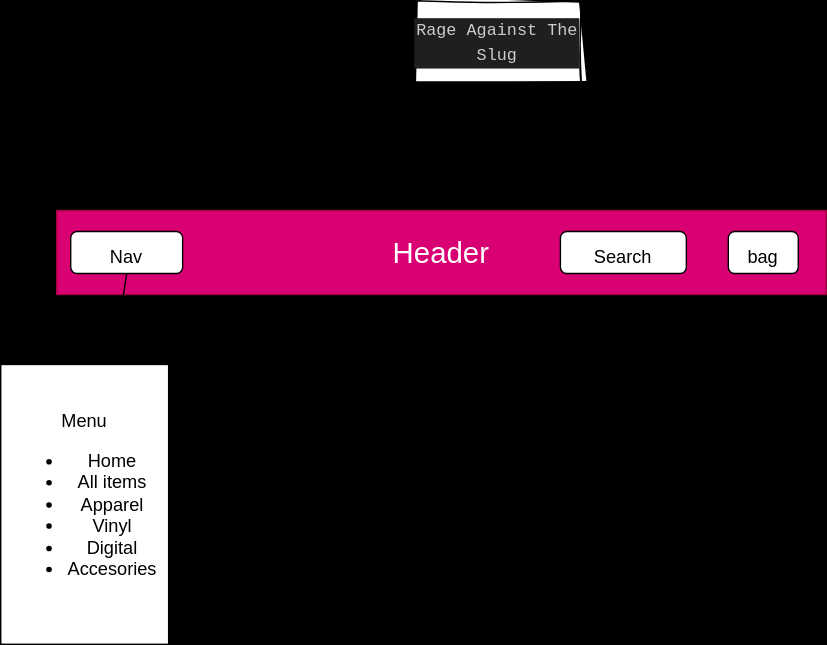
The draw.io diagram src/images/diagram.drawio.svg in Gabe9T/merch-site, before a commit. Source tidied: cells renumbered, new cells last; positions are measured from the earlier drawing's top-left corner, leaving out a move shared by most shapes.
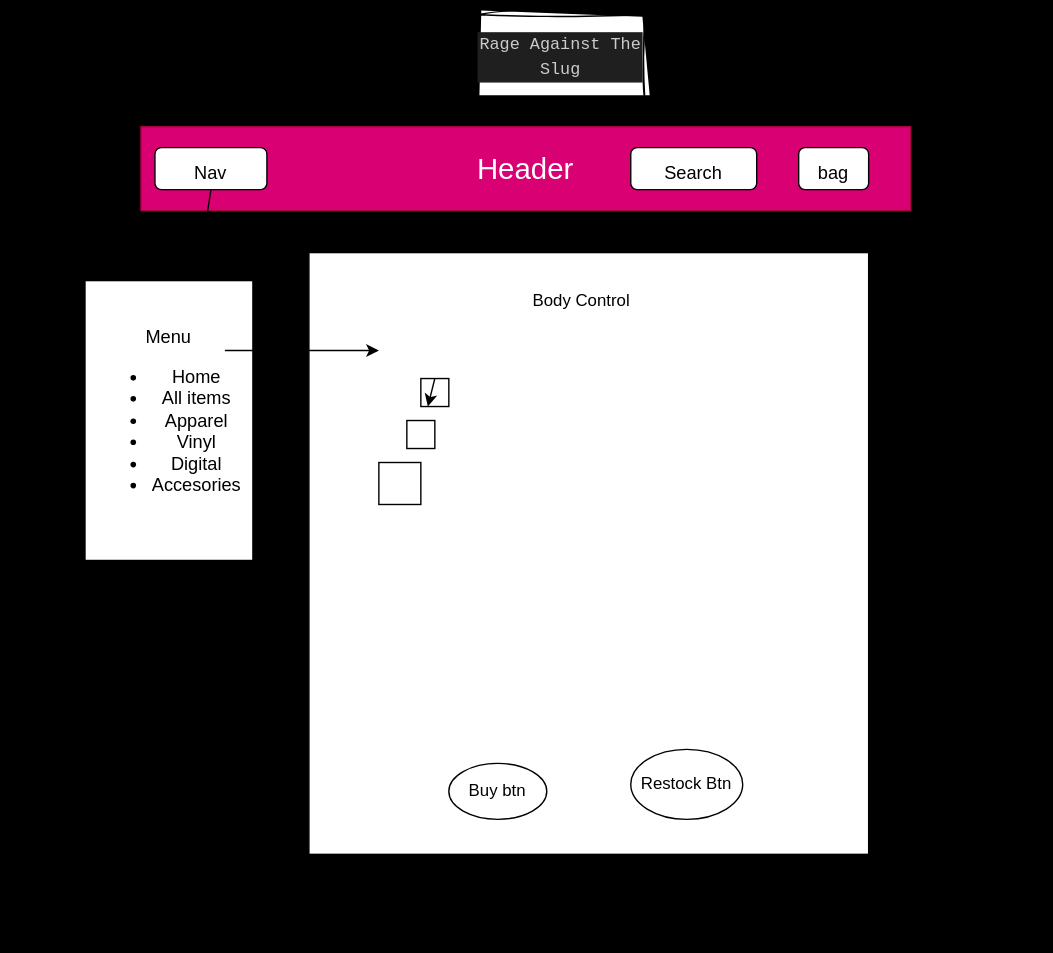
After the change.

Commit message:
refactor to filter items

What changed in the source:
```diff
@@ -5,23 +5,57 @@
     <mxCell id="2" value="&lt;div style=&quot;color: rgb(204, 204, 204); background-color: rgb(31, 31, 31); font-family: Menlo, Monaco, &amp;quot;Courier New&amp;quot;, monospace; font-size: 12px; line-height: 18px;&quot;&gt;Rage Against The Slug&lt;/div&gt;" style="rounded=0;whiteSpace=wrap;html=1;sketch=1;hachureGap=4;jiggle=2;curveFitting=1;fontFamily=Architects Daughter;fontSource=https%3A%2F%2Ffonts.googleapis.com%2Fcss%3Ffamily%3DArchitects%2BDaughter;fontSize=20;" parent="1" vertex="1">
       <mxGeometry x="295" width="120" height="60" as="geometry" />
     </mxCell>
+    <mxCell id="9" style="swimlane;startSize=0;fontSize=13;labelBackgroundColor=none;fontColor=default;" parent="1" vertex="1">
+      <mxGeometry x="-45" y="-10" width="750" height="680" as="geometry" />
+    </mxCell>
-    <mxCell id="3" value="Header" style="rounded=0;whiteSpace=wrap;html=1;fillColor=#d80073;fontColor=#ffffff;strokeColor=#A50040;fontSize=21;" parent="1" vertex="1">
-      <mxGeometry x="40" y="150" width="550" height="60" as="geometry" />
+    <mxCell id="3" value="Header" style="rounded=0;whiteSpace=wrap;html=1;fillColor=#d80073;fontColor=#ffffff;strokeColor=#A50040;fontSize=21;" parent="9" vertex="1">
+      <mxGeometry x="100" y="90" width="550" height="60" as="geometry" />
     </mxCell>
-    <mxCell id="4" value="&lt;font style=&quot;font-size: 13px;&quot;&gt;bag&lt;/font&gt;" style="rounded=1;whiteSpace=wrap;html=1;fontSize=21;" parent="1" vertex="1">
-      <mxGeometry x="520" y="165" width="50" height="30" as="geometry" />
-    </mxCell>
-    <mxCell id="5" value="&lt;span style=&quot;font-size: 13px;&quot;&gt;Search&lt;/span&gt;" style="rounded=1;whiteSpace=wrap;html=1;fontSize=21;" parent="1" vertex="1">
-      <mxGeometry x="400" y="165" width="90" height="30" as="geometry" />
-    </mxCell>
-    <mxCell id="6" value="&lt;span style=&quot;font-size: 13px;&quot;&gt;Nav&lt;/span&gt;" style="rounded=1;whiteSpace=wrap;html=1;fontSize=21;" parent="1" vertex="1">
-      <mxGeometry x="50" y="165" width="80" height="30" as="geometry" />
+    <mxCell id="6" value="&lt;span style=&quot;font-size: 13px;&quot;&gt;Nav&lt;/span&gt;" style="rounded=1;whiteSpace=wrap;html=1;fontSize=21;" parent="9" vertex="1">
+      <mxGeometry x="110" y="105" width="80" height="30" as="geometry" />
     </mxCell>
-    <mxCell id="7" value="Menu&lt;br&gt;&lt;ul&gt;&lt;li&gt;Home&lt;/li&gt;&lt;li&gt;All items&lt;/li&gt;&lt;li&gt;Apparel&lt;/li&gt;&lt;li&gt;Vinyl&lt;/li&gt;&lt;li&gt;Digital&lt;/li&gt;&lt;li&gt;Accesories&lt;/li&gt;&lt;/ul&gt;" style="rounded=0;whiteSpace=wrap;html=1;fontSize=13;" parent="1" vertex="1">
-      <mxGeometry y="260" width="120" height="200" as="geometry" />
+    <mxCell id="7" value="Menu&lt;br&gt;&lt;ul&gt;&lt;li&gt;Home&lt;/li&gt;&lt;li&gt;All items&lt;/li&gt;&lt;li&gt;Apparel&lt;/li&gt;&lt;li&gt;Vinyl&lt;/li&gt;&lt;li&gt;Digital&lt;/li&gt;&lt;li&gt;Accesories&lt;/li&gt;&lt;/ul&gt;" style="rounded=0;whiteSpace=wrap;html=1;fontSize=13;" parent="9" vertex="1">
+      <mxGeometry x="60" y="200" width="120" height="200" as="geometry" />
     </mxCell>
-    <mxCell id="8" style="endArrow=classic;html=1;fontSize=13;entryX=0.667;entryY=0;entryDx=0;entryDy=0;entryPerimeter=0;exitX=0.5;exitY=1;exitDx=0;exitDy=0;" parent="1" edge="1" source="6" target="7">
+    <mxCell id="8" style="endArrow=classic;html=1;fontSize=13;entryX=0.667;entryY=0;entryDx=0;entryDy=0;entryPerimeter=0;exitX=0.5;exitY=1;exitDx=0;exitDy=0;" parent="9" edge="1" source="6" target="7">
       <mxGeometry relative="1" as="geometry" />
     </mxCell>
+    <mxCell id="5" value="&lt;span style=&quot;font-size: 13px;&quot;&gt;Search&lt;/span&gt;" style="rounded=1;whiteSpace=wrap;html=1;fontSize=21;" parent="9" vertex="1">
+      <mxGeometry x="450" y="105" width="90" height="30" as="geometry" />
+    </mxCell>
+    <mxCell id="4" value="&lt;font style=&quot;font-size: 13px;&quot;&gt;bag&lt;/font&gt;" style="rounded=1;whiteSpace=wrap;html=1;fontSize=21;" parent="9" vertex="1">
+      <mxGeometry x="570" y="105" width="50" height="30" as="geometry" />
+    </mxCell>
+    <mxCell id="10" style="rounded=0;whiteSpace=wrap;html=1;labelBackgroundColor=none;fontSize=13;fontColor=default;" parent="9" vertex="1">
+      <mxGeometry x="220" y="180" width="400" height="430" as="geometry" />
+    </mxCell>
+    <mxCell id="11" style="endArrow=classic;html=1;fontSize=13;fontColor=default;exitX=0.833;exitY=0.25;exitDx=0;exitDy=0;exitPerimeter=0;entryX=0;entryY=0.5;entryDx=0;entryDy=0;" parent="9" edge="1" source="7">
+      <mxGeometry relative="1" as="geometry">
+        <mxPoint x="270" y="250" as="targetPoint" />
+      </mxGeometry>
+    </mxCell>
+    <mxCell id="12" style="rounded=0;whiteSpace=wrap;html=1;" parent="9" vertex="1">
+      <mxGeometry x="300" y="270" width="20" height="20" as="geometry" />
+    </mxCell>
+    <mxCell id="13" style="rounded=0;whiteSpace=wrap;html=1;" parent="9" vertex="1">
+      <mxGeometry x="290" y="300" width="20" height="20" as="geometry" />
+    </mxCell>
+    <mxCell id="14" style="whiteSpace=wrap;html=1;labelBackgroundColor=none;fontSize=13;fontColor=default;" parent="9" vertex="1">
+      <mxGeometry x="270" y="330" width="30" height="30" as="geometry" />
+    </mxCell>
+    <mxCell id="15" style="edgeStyle=none;html=1;entryX=0.25;entryY=1;entryDx=0;entryDy=0;fontSize=13;fontColor=default;" parent="9" edge="1" target="12">
+      <mxGeometry relative="1" as="geometry">
+        <mxPoint x="310" y="270" as="sourcePoint" />
+      </mxGeometry>
+    </mxCell>
+    <mxCell id="16" value="Body Control" style="text;html=1;strokeColor=none;fillColor=none;align=center;verticalAlign=middle;whiteSpace=wrap;rounded=0;" parent="9" vertex="1">
+      <mxGeometry x="340" y="200" width="150" height="30" as="geometry" />
+    </mxCell>
+    <mxCell id="17" value="Buy btn" style="ellipse;whiteSpace=wrap;html=1;" parent="9" vertex="1">
+      <mxGeometry x="320" y="545" width="70" height="40" as="geometry" />
+    </mxCell>
+    <mxCell id="18" value="Restock Btn" style="ellipse;whiteSpace=wrap;html=1;" parent="9" vertex="1">
+      <mxGeometry x="450" y="535" width="80" height="50" as="geometry" />
+    </mxCell>
   </root>
 </mxGraphModel>
```
